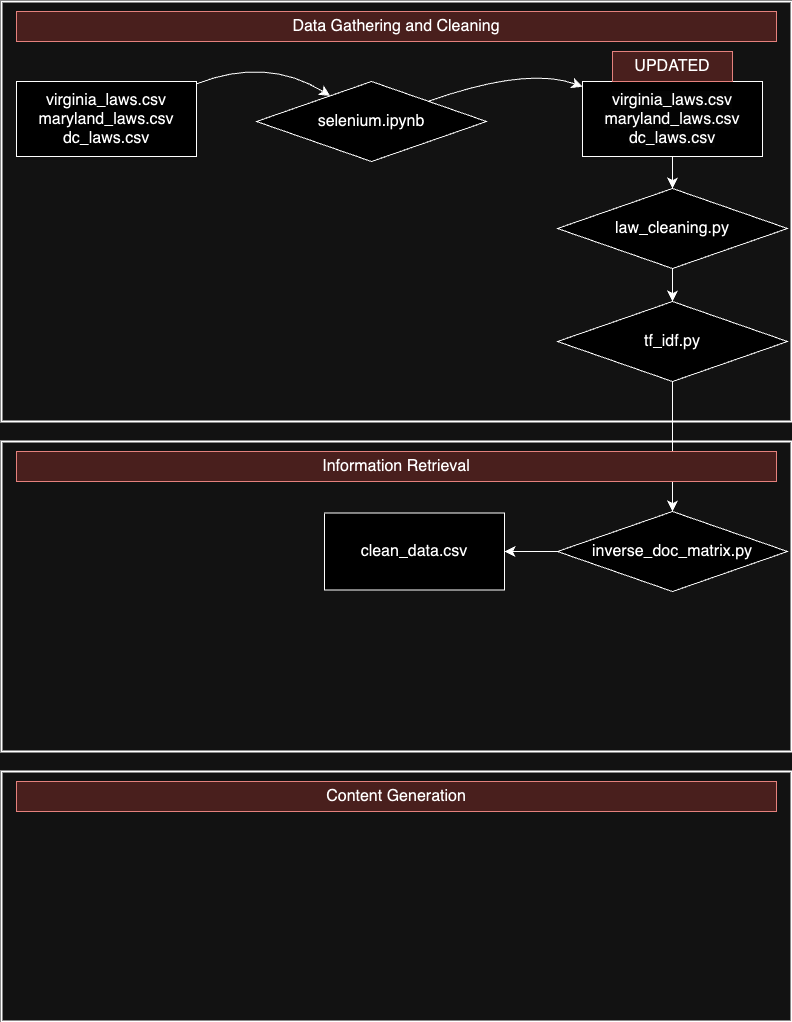
Above: images/dsan5400.drawio.png in sonalidabhi99/5400-final-project (draw.io), before the change. Source tidied: cells renumbered, new cells last; positions are measured from the earlier drawing's top-left corner, leaving out a move shared by most shapes.
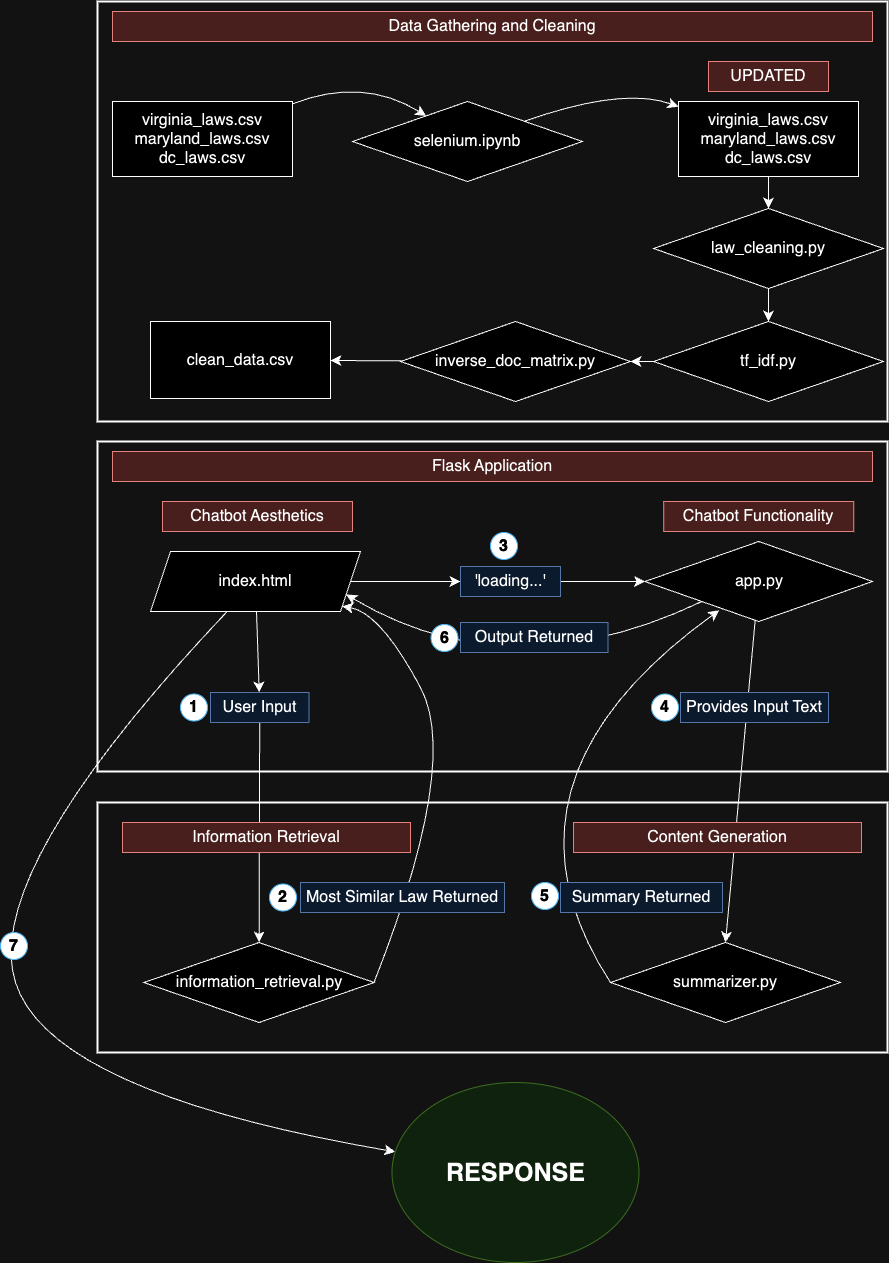
Above is the later version.

Commit message:
draw.io diagrams complete

What changed in the source:
```diff
@@ -2,73 +2,190 @@
   <root>
     <mxCell id="0" />
     <mxCell id="1" parent="0" />
-    <mxCell id="2" style="text;strokeColor=#000000;fillColor=none;html=1;align=center;verticalAlign=middle;whiteSpace=wrap;rounded=0;fontSize=16;strokeWidth=2;" parent="1" vertex="1">
-      <mxGeometry y="440" width="790" height="310" as="geometry" />
-    </mxCell>
+    <mxCell id="22" style="text;strokeColor=#000000;fillColor=none;html=1;align=center;verticalAlign=middle;whiteSpace=wrap;rounded=0;fontSize=16;strokeWidth=2;" parent="1" vertex="1">
+      <mxGeometry y="810" width="790" height="250" as="geometry" />
+    </mxCell>
+    <mxCell id="23" style="text;strokeColor=#000000;fillColor=none;html=1;align=center;verticalAlign=middle;whiteSpace=wrap;rounded=0;fontSize=16;strokeWidth=2;" parent="1" vertex="1">
+      <mxGeometry y="449" width="790" height="330" as="geometry" />
+    </mxCell>
     <mxCell id="3" style="text;strokeColor=#000000;fillColor=none;html=1;align=center;verticalAlign=middle;whiteSpace=wrap;rounded=0;fontSize=16;strokeWidth=2;" parent="1" vertex="1">
-      <mxGeometry width="790" height="420" as="geometry" />
+      <mxGeometry y="9" width="790" height="420" as="geometry" />
     </mxCell>
     <mxCell id="4" style="edgeStyle=none;curved=1;rounded=0;jettySize=auto;html=1;fontSize=12;startSize=8;endSize=8;" parent="1" edge="1" source="5" target="7">
       <mxGeometry relative="1" as="geometry">
         <Array as="points">
-          <mxPoint x="265" y="55" />
+          <mxPoint x="265" y="84" />
         </Array>
       </mxGeometry>
     </mxCell>
     <mxCell id="5" value="virginia_laws.csv&lt;br&gt;maryland_laws.csv&lt;br&gt;dc_laws.csv" style="whiteSpace=wrap;html=1;fontSize=16;" parent="1" vertex="1">
-      <mxGeometry x="15" y="80" width="180" height="75" as="geometry" />
+      <mxGeometry x="15" y="109" width="180" height="75" as="geometry" />
     </mxCell>
     <mxCell id="6" style="edgeStyle=none;curved=1;rounded=0;jettySize=auto;html=1;fontSize=12;startSize=8;endSize=8;" parent="1" edge="1" source="7" target="9">
       <mxGeometry relative="1" as="geometry">
         <Array as="points">
-          <mxPoint x="525" y="65" />
+          <mxPoint x="525" y="94" />
         </Array>
       </mxGeometry>
     </mxCell>
     <mxCell id="7" value="selenium.ipynb" style="rhombus;whiteSpace=wrap;html=1;fontSize=16;" parent="1" vertex="1">
-      <mxGeometry x="255" y="80" width="230" height="80" as="geometry" />
+      <mxGeometry x="255" y="109" width="230" height="80" as="geometry" />
     </mxCell>
     <mxCell id="8" style="edgeStyle=none;curved=1;rounded=0;jettySize=auto;html=1;fontSize=12;startSize=8;endSize=8;" parent="1" edge="1" source="9" target="12">
       <mxGeometry relative="1" as="geometry" />
     </mxCell>
     <mxCell id="9" value="&lt;meta charset=&quot;utf-8&quot;&gt;&lt;span style=&quot;color: rgb(0, 0, 0); font-family: Helvetica; font-size: 16px; font-style: normal; font-variant-ligatures: normal; font-variant-caps: normal; font-weight: 400; letter-spacing: normal; orphans: 2; text-align: center; text-indent: 0px; text-transform: none; widows: 2; word-spacing: 0px; -webkit-text-stroke-width: 0px; background-color: rgb(251, 251, 251); text-decoration-thickness: initial; text-decoration-style: initial; text-decoration-color: initial; float: none; display: inline !important;&quot;&gt;virginia_laws.csv&lt;/span&gt;&lt;br style=&quot;border-color: var(--border-color); color: rgb(0, 0, 0); font-family: Helvetica; font-size: 16px; font-style: normal; font-variant-ligatures: normal; font-variant-caps: normal; font-weight: 400; letter-spacing: normal; orphans: 2; text-align: center; text-indent: 0px; text-transform: none; widows: 2; word-spacing: 0px; -webkit-text-stroke-width: 0px; background-color: rgb(251, 251, 251); text-decoration-thickness: initial; text-decoration-style: initial; text-decoration-color: initial;&quot;&gt;&lt;span style=&quot;color: rgb(0, 0, 0); font-family: Helvetica; font-size: 16px; font-style: normal; font-variant-ligatures: normal; font-variant-caps: normal; font-weight: 400; letter-spacing: normal; orphans: 2; text-align: center; text-indent: 0px; text-transform: none; widows: 2; word-spacing: 0px; -webkit-text-stroke-width: 0px; background-color: rgb(251, 251, 251); text-decoration-thickness: initial; text-decoration-style: initial; text-decoration-color: initial; float: none; display: inline !important;&quot;&gt;maryland_laws.csv&lt;/span&gt;&lt;br style=&quot;border-color: var(--border-color); color: rgb(0, 0, 0); font-family: Helvetica; font-size: 16px; font-style: normal; font-variant-ligatures: normal; font-variant-caps: normal; font-weight: 400; letter-spacing: normal; orphans: 2; text-align: center; text-indent: 0px; text-transform: none; widows: 2; word-spacing: 0px; -webkit-text-stroke-width: 0px; background-color: rgb(251, 251, 251); text-decoration-thickness: initial; text-decoration-style: initial; text-decoration-color: initial;&quot;&gt;&lt;span style=&quot;color: rgb(0, 0, 0); font-family: Helvetica; font-size: 16px; font-style: normal; font-variant-ligatures: normal; font-variant-caps: normal; font-weight: 400; letter-spacing: normal; orphans: 2; text-align: center; text-indent: 0px; text-transform: none; widows: 2; word-spacing: 0px; -webkit-text-stroke-width: 0px; background-color: rgb(251, 251, 251); text-decoration-thickness: initial; text-decoration-style: initial; text-decoration-color: initial; float: none; display: inline !important;&quot;&gt;dc_laws.csv&lt;/span&gt;" style="whiteSpace=wrap;html=1;fontSize=16;" parent="1" vertex="1">
-      <mxGeometry x="581" y="80" width="180" height="75" as="geometry" />
+      <mxGeometry x="581" y="109" width="180" height="75" as="geometry" />
     </mxCell>
     <mxCell id="10" value="UPDATED" style="text;html=1;align=center;verticalAlign=middle;whiteSpace=wrap;rounded=0;fontSize=16;fillColor=#f8cecc;strokeColor=#b85450;" parent="1" vertex="1">
-      <mxGeometry x="611" y="50" width="120" height="30" as="geometry" />
+      <mxGeometry x="611" y="69" width="120" height="30" as="geometry" />
     </mxCell>
     <mxCell id="11" style="edgeStyle=none;curved=1;rounded=0;jettySize=auto;html=1;fontSize=12;startSize=8;endSize=8;" parent="1" edge="1" source="12" target="14">
       <mxGeometry relative="1" as="geometry" />
     </mxCell>
     <mxCell id="12" value="law_cleaning.py" style="rhombus;whiteSpace=wrap;html=1;fontSize=16;" parent="1" vertex="1">
-      <mxGeometry x="556" y="187" width="230" height="80" as="geometry" />
+      <mxGeometry x="556" y="216" width="230" height="80" as="geometry" />
     </mxCell>
     <mxCell id="13" style="edgeStyle=none;curved=1;rounded=0;jettySize=auto;html=1;fontSize=12;startSize=8;endSize=8;" parent="1" edge="1" source="14" target="16">
       <mxGeometry relative="1" as="geometry" />
     </mxCell>
     <mxCell id="14" value="tf_idf.py" style="rhombus;whiteSpace=wrap;html=1;fontSize=16;" parent="1" vertex="1">
-      <mxGeometry x="556" y="300" width="230" height="80" as="geometry" />
+      <mxGeometry x="556" y="329" width="230" height="80" as="geometry" />
     </mxCell>
     <mxCell id="15" style="edgeStyle=none;curved=1;rounded=0;jettySize=auto;html=1;fontSize=12;startSize=8;endSize=8;" parent="1" edge="1" source="16" target="17">
       <mxGeometry relative="1" as="geometry" />
     </mxCell>
     <mxCell id="16" value="inverse_doc_matrix.py" style="rhombus;whiteSpace=wrap;html=1;fontSize=16;" parent="1" vertex="1">
-      <mxGeometry x="556" y="510" width="230" height="80" as="geometry" />
+      <mxGeometry x="303" y="329" width="230" height="80" as="geometry" />
     </mxCell>
     <mxCell id="17" value="clean_data.csv" style="whiteSpace=wrap;html=1;fontSize=16;" parent="1" vertex="1">
-      <mxGeometry x="323" y="511.5" width="180" height="77" as="geometry" />
+      <mxGeometry x="53" y="329" width="180" height="77" as="geometry" />
     </mxCell>
     <mxCell id="18" value="Data Gathering and Cleaning" style="text;html=1;align=center;verticalAlign=middle;whiteSpace=wrap;rounded=0;fontSize=16;fillColor=#f8cecc;strokeColor=#b85450;" parent="1" vertex="1">
-      <mxGeometry x="15" y="10" width="760" height="30" as="geometry" />
+      <mxGeometry x="15" y="19" width="760" height="30" as="geometry" />
     </mxCell>
+    <mxCell id="24" value="Flask Application" style="text;html=1;align=center;verticalAlign=middle;whiteSpace=wrap;rounded=0;fontSize=16;fillColor=#f8cecc;strokeColor=#b85450;" parent="1" vertex="1">
+      <mxGeometry x="15" y="459" width="760" height="30" as="geometry" />
+    </mxCell>
+    <mxCell id="25" style="edgeStyle=none;curved=1;rounded=0;jettySize=auto;html=1;fontSize=12;startSize=8;endSize=8;" parent="1" edge="1" source="51" target="31">
+      <mxGeometry relative="1" as="geometry" />
+    </mxCell>
+    <mxCell id="26" style="edgeStyle=none;curved=1;rounded=0;jettySize=auto;html=1;fontSize=12;startSize=8;endSize=8;" parent="1" edge="1" source="37" target="35">
+      <mxGeometry relative="1" as="geometry" />
+    </mxCell>
+    <mxCell id="27" style="edgeStyle=none;curved=1;rounded=0;jettySize=auto;html=1;fontSize=12;startSize=8;endSize=8;" parent="1" edge="1" source="28" target="47">
+      <mxGeometry relative="1" as="geometry">
+        <Array as="points">
+          <mxPoint x="-117" y="880" />
+          <mxPoint x="-47" y="1100" />
+        </Array>
+      </mxGeometry>
+    </mxCell>
+    <mxCell id="28" value="index.html" style="shape=parallelogram;perimeter=parallelogramPerimeter;whiteSpace=wrap;html=1;fixedSize=1;fontSize=16;" parent="1" vertex="1">
+      <mxGeometry x="53" y="559" width="210" height="60" as="geometry" />
+    </mxCell>
+    <mxCell id="29" style="edgeStyle=none;curved=1;rounded=0;jettySize=auto;html=1;fontSize=12;startSize=8;endSize=8;entryX=0.5;entryY=0;entryDx=0;entryDy=0;" parent="1" edge="1" source="31" target="39">
+      <mxGeometry relative="1" as="geometry" />
+    </mxCell>
+    <mxCell id="30" style="edgeStyle=none;curved=1;rounded=0;jettySize=auto;html=1;exitX=0;exitY=1;exitDx=0;exitDy=0;entryX=1;entryY=0.75;entryDx=0;entryDy=0;fontSize=12;startSize=8;endSize=8;" parent="1" edge="1" source="31" target="28">
+      <mxGeometry relative="1" as="geometry">
+        <Array as="points">
+          <mxPoint x="413" y="700" />
+        </Array>
+      </mxGeometry>
+    </mxCell>
+    <mxCell id="31" value="app.py" style="rhombus;whiteSpace=wrap;html=1;fontSize=16;" parent="1" vertex="1">
+      <mxGeometry x="547.5" y="549" width="227.5" height="80" as="geometry" />
+    </mxCell>
+    <mxCell id="32" value="Chatbot Aesthetics" style="text;html=1;align=center;verticalAlign=middle;whiteSpace=wrap;rounded=0;fontSize=16;fillColor=#f8cecc;strokeColor=#b85450;" parent="1" vertex="1">
+      <mxGeometry x="65" y="509" width="190" height="30" as="geometry" />
+    </mxCell>
+    <mxCell id="33" value="Chatbot Functionality" style="text;html=1;align=center;verticalAlign=middle;whiteSpace=wrap;rounded=0;fontSize=16;fillColor=#f8cecc;strokeColor=#b85450;" parent="1" vertex="1">
+      <mxGeometry x="566.2" y="509" width="190" height="30" as="geometry" />
+    </mxCell>
+    <mxCell id="34" style="edgeStyle=none;curved=1;rounded=0;jettySize=auto;html=1;fontSize=12;startSize=8;endSize=8;exitX=1;exitY=0.5;exitDx=0;exitDy=0;entryX=1;entryY=1;entryDx=0;entryDy=0;" parent="1" edge="1" source="35" target="28">
+      <mxGeometry relative="1" as="geometry">
+        <Array as="points">
+          <mxPoint x="363" y="770" />
+          <mxPoint x="283" y="620" />
+        </Array>
+      </mxGeometry>
+    </mxCell>
+    <mxCell id="35" value="information_retrieval.py" style="rhombus;whiteSpace=wrap;html=1;fontSize=16;" parent="1" vertex="1">
+      <mxGeometry x="46.5" y="950" width="230" height="80" as="geometry" />
+    </mxCell>
+    <mxCell id="36" style="edgeStyle=none;curved=1;rounded=0;jettySize=auto;html=1;fontSize=12;startSize=8;endSize=8;" parent="1" edge="1" source="28" target="37">
+      <mxGeometry relative="1" as="geometry" />
+    </mxCell>
+    <mxCell id="37" value="User Input" style="text;html=1;align=center;verticalAlign=middle;whiteSpace=wrap;rounded=0;fontSize=16;fillColor=#dae8fc;strokeColor=#6c8ebf;" parent="1" vertex="1">
+      <mxGeometry x="113" y="700" width="98.5" height="30" as="geometry" />
+    </mxCell>
     <mxCell id="19" value="Information Retrieval" style="text;html=1;align=center;verticalAlign=middle;whiteSpace=wrap;rounded=0;fontSize=16;fillColor=#f8cecc;strokeColor=#b85450;" parent="1" vertex="1">
-      <mxGeometry x="15" y="450" width="760" height="30" as="geometry" />
+      <mxGeometry x="25" y="830" width="288" height="30" as="geometry" />
     </mxCell>
-    <mxCell id="20" style="text;strokeColor=#000000;fillColor=none;html=1;align=center;verticalAlign=middle;whiteSpace=wrap;rounded=0;fontSize=16;strokeWidth=2;" parent="1" vertex="1">
-      <mxGeometry y="770" width="790" height="250" as="geometry" />
-    </mxCell>
+    <mxCell id="38" value="Most Similar Law Returned" style="text;html=1;align=center;verticalAlign=middle;whiteSpace=wrap;rounded=0;fontSize=16;fillColor=#dae8fc;strokeColor=#6c8ebf;" parent="1" vertex="1">
+      <mxGeometry x="203" y="890" width="204" height="30" as="geometry" />
+    </mxCell>
+    <mxCell id="39" value="summarizer.py" style="rhombus;whiteSpace=wrap;html=1;fontSize=16;" parent="1" vertex="1">
+      <mxGeometry x="513" y="950" width="230" height="80" as="geometry" />
+    </mxCell>
     <mxCell id="21" value="Content Generation" style="text;html=1;align=center;verticalAlign=middle;whiteSpace=wrap;rounded=0;fontSize=16;fillColor=#f8cecc;strokeColor=#b85450;" parent="1" vertex="1">
-      <mxGeometry x="15" y="780" width="760" height="30" as="geometry" />
+      <mxGeometry x="476" y="830" width="288" height="30" as="geometry" />
     </mxCell>
+    <mxCell id="40" style="edgeStyle=none;curved=1;rounded=0;orthogonalLoop=1;jettySize=auto;html=1;exitX=0.75;exitY=1;exitDx=0;exitDy=0;fontSize=12;startSize=8;endSize=8;" parent="1" edge="1" source="51" target="51">
+      <mxGeometry relative="1" as="geometry" />
+    </mxCell>
+    <mxCell id="41" value="Provides Input Text" style="text;html=1;align=center;verticalAlign=middle;whiteSpace=wrap;rounded=0;fontSize=16;fillColor=#dae8fc;strokeColor=#6c8ebf;" parent="1" vertex="1">
+      <mxGeometry x="583" y="700" width="148" height="30" as="geometry" />
+    </mxCell>
+    <mxCell id="42" style="edgeStyle=none;curved=1;rounded=0;jettySize=auto;html=1;entryX=0.326;entryY=0.86;entryDx=0;entryDy=0;entryPerimeter=0;fontSize=12;startSize=8;endSize=8;exitX=0;exitY=0.5;exitDx=0;exitDy=0;" parent="1" edge="1" source="39" target="31">
+      <mxGeometry relative="1" as="geometry">
+        <Array as="points">
+          <mxPoint x="383" y="790" />
+        </Array>
+      </mxGeometry>
+    </mxCell>
+    <mxCell id="43" value="Summary Returned" style="text;html=1;align=center;verticalAlign=middle;whiteSpace=wrap;rounded=0;fontSize=16;fillColor=#dae8fc;strokeColor=#6c8ebf;" parent="1" vertex="1">
+      <mxGeometry x="463" y="890" width="162" height="30" as="geometry" />
+    </mxCell>
+    <mxCell id="44" style="edgeStyle=none;curved=1;rounded=0;orthogonalLoop=1;jettySize=auto;html=1;exitX=0.5;exitY=0;exitDx=0;exitDy=0;fontSize=12;startSize=8;endSize=8;" parent="1" edge="1" source="38" target="38">
+      <mxGeometry relative="1" as="geometry" />
+    </mxCell>
+    <mxCell id="45" style="edgeStyle=none;curved=1;rounded=0;orthogonalLoop=1;jettySize=auto;html=1;exitX=0.5;exitY=1;exitDx=0;exitDy=0;fontSize=12;startSize=8;endSize=8;" parent="1" edge="1" source="43" target="43">
+      <mxGeometry relative="1" as="geometry" />
+    </mxCell>
+    <mxCell id="46" value="Output Returned" style="text;html=1;align=center;verticalAlign=middle;whiteSpace=wrap;rounded=0;fontSize=16;fillColor=#dae8fc;strokeColor=#6c8ebf;" parent="1" vertex="1">
+      <mxGeometry x="363" y="630" width="147.5" height="30" as="geometry" />
+    </mxCell>
+    <mxCell id="47" value="&lt;b&gt;&lt;font style=&quot;font-size: 25px;&quot;&gt;RESPONSE&lt;/font&gt;&lt;/b&gt;" style="ellipse;whiteSpace=wrap;html=1;fontSize=16;fillColor=#d5e8d4;strokeColor=#82b366;" parent="1" vertex="1">
+      <mxGeometry x="294.5" y="1090" width="247" height="180" as="geometry" />
+    </mxCell>
+    <mxCell id="48" value="&lt;b&gt;1&lt;/b&gt;" style="ellipse;whiteSpace=wrap;html=1;fontSize=16;fillColor=#000000;fontColor=#ffffff;strokeColor=#006EAF;rotation=0;" parent="1" vertex="1">
+      <mxGeometry x="83" y="701.5" width="27" height="27" as="geometry" />
+    </mxCell>
+    <mxCell id="49" value="&lt;b&gt;2&lt;/b&gt;" style="ellipse;whiteSpace=wrap;html=1;fontSize=16;fillColor=#000000;fontColor=#ffffff;strokeColor=#006EAF;rotation=0;" parent="1" vertex="1">
+      <mxGeometry x="172" y="891.5" width="27" height="27" as="geometry" />
+    </mxCell>
+    <mxCell id="50" style="edgeStyle=none;curved=1;rounded=0;jettySize=auto;html=1;fontSize=12;startSize=8;endSize=8;" parent="1" edge="1" source="28" target="51">
+      <mxGeometry relative="1" as="geometry" />
+    </mxCell>
+    <mxCell id="51" value="'loading...'" style="text;html=1;align=center;verticalAlign=middle;whiteSpace=wrap;rounded=0;fontSize=16;fillColor=#dae8fc;strokeColor=#6c8ebf;" parent="1" vertex="1">
+      <mxGeometry x="363" y="574" width="100" height="30" as="geometry" />
+    </mxCell>
+    <mxCell id="52" value="&lt;b&gt;3&lt;/b&gt;" style="ellipse;whiteSpace=wrap;html=1;fontSize=16;fillColor=#000000;fontColor=#ffffff;strokeColor=#006EAF;rotation=0;" parent="1" vertex="1">
+      <mxGeometry x="393" y="540" width="27" height="27" as="geometry" />
+    </mxCell>
+    <mxCell id="53" value="&lt;b&gt;4&lt;/b&gt;" style="ellipse;whiteSpace=wrap;html=1;fontSize=16;fillColor=#000000;fontColor=#ffffff;strokeColor=#006EAF;rotation=0;" parent="1" vertex="1">
+      <mxGeometry x="554" y="701.5" width="27" height="27" as="geometry" />
+    </mxCell>
+    <mxCell id="54" value="&lt;b&gt;5&lt;/b&gt;" style="ellipse;whiteSpace=wrap;html=1;fontSize=16;fillColor=#000000;fontColor=#ffffff;strokeColor=#006EAF;rotation=0;" parent="1" vertex="1">
+      <mxGeometry x="434" y="890" width="27" height="27" as="geometry" />
+    </mxCell>
+    <mxCell id="55" value="&lt;b&gt;6&lt;/b&gt;" style="ellipse;whiteSpace=wrap;html=1;fontSize=16;fillColor=#000000;fontColor=#ffffff;strokeColor=#006EAF;rotation=0;" parent="1" vertex="1">
+      <mxGeometry x="333.5" y="632" width="27" height="27" as="geometry" />
+    </mxCell>
+    <mxCell id="56" value="&lt;b&gt;7&lt;/b&gt;" style="ellipse;whiteSpace=wrap;html=1;fontSize=16;fillColor=#000000;fontColor=#ffffff;strokeColor=#006EAF;rotation=0;" parent="1" vertex="1">
+      <mxGeometry x="-97" y="940" width="27" height="27" as="geometry" />
+    </mxCell>
   </root>
 </mxGraphModel>
```
